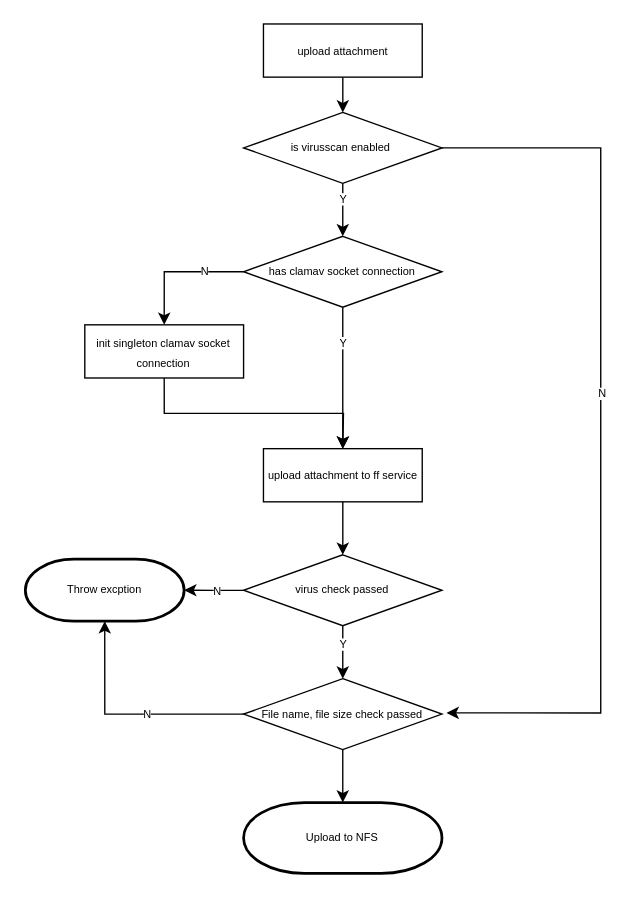
The draw.io diagram attachment-service-flowchart.drawio in huangshijie/Drawio, before the edit. Source tidied: cells renumbered, new cells numbered last; positions are measured from the earlier drawing's top-left corner, leaving out a move shared by most shapes. Both pictures are drawn from the tidied source at 137%, with x=0, y=0 at pixel (25, 23).
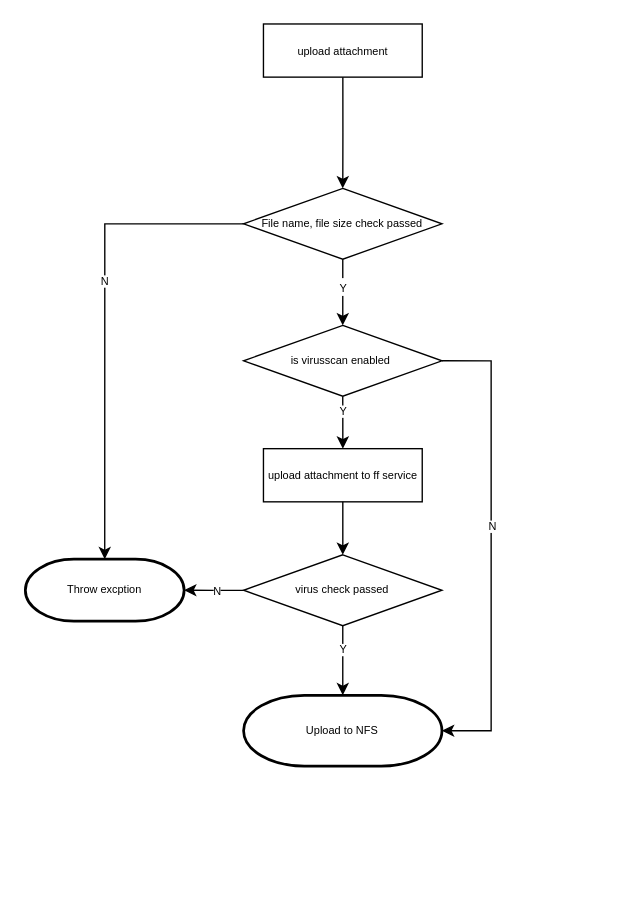
Above is the later version.

Unchanged cells that the change refers to:
```xml
<mxCell id="2" value="&lt;font style=&quot;font-size: 8px;&quot;&gt;upload attachment&lt;/font&gt;" style="rounded=0;whiteSpace=wrap;html=1;" parent="1" vertex="1">
  <mxGeometry x="173.8" width="115.9" height="38.8" as="geometry" />
</mxCell>
<mxCell id="14" value="&lt;font style=&quot;font-size: 8px;&quot;&gt;upload attachment to ff service&lt;/font&gt;" style="rounded=0;whiteSpace=wrap;html=1;" parent="1" vertex="1">
  <mxGeometry x="173.8" y="310" width="115.9" height="38.8" as="geometry" />
</mxCell>
<mxCell id="17" value="virus check passed" style="rhombus;whiteSpace=wrap;html=1;fontSize=8;" parent="1" vertex="1">
  <mxGeometry x="159.3" y="387.5" width="144.8" height="51.7" as="geometry" />
</mxCell>
<mxCell id="19" value="Throw excption" style="strokeWidth=2;html=1;shape=mxgraph.flowchart.terminator;whiteSpace=wrap;fontSize=8;" parent="1" vertex="1">
  <mxGeometry y="390.7" width="115.9" height="45.2" as="geometry" />
</mxCell>
```

The edit, as a diff of the source:
```diff
@@
-    <mxCell id="3" style="edgeStyle=orthogonalEdgeStyle;rounded=0;jettySize=auto;html=1;exitX=0.5;exitY=1;exitDx=0;exitDy=0;entryX=0.5;entryY=0;entryDx=0;entryDy=0;fontSize=8;" parent="1" edge="1" source="5">
-      <mxGeometry relative="1" as="geometry">
-        <mxPoint x="231.7" y="155" as="targetPoint" />
-      </mxGeometry>
+    <mxCell id="3" style="edgeStyle=orthogonalEdgeStyle;rounded=0;jettySize=auto;html=1;exitX=0.5;exitY=1;exitDx=0;exitDy=0;fontSize=8;entryX=0.5;entryY=0;entryDx=0;entryDy=0;" parent="1" edge="1" source="5" target="14">
+      <mxGeometry relative="1" as="geometry" />
     </mxCell>
@@
     <mxCell id="5" value="is virusscan enabled&amp;nbsp;" style="rhombus;whiteSpace=wrap;html=1;fontSize=8;" parent="1" vertex="1">
-      <mxGeometry x="159.3" y="64.6" width="144.8" height="51.7" as="geometry" />
+      <mxGeometry x="159.3" y="220" width="144.8" height="51.7" as="geometry" />
     </mxCell>
-    <mxCell id="6" style="edgeStyle=orthogonalEdgeStyle;rounded=0;jettySize=auto;html=1;exitX=0.5;exitY=1;exitDx=0;exitDy=0;fontSize=8;entryX=0.5;entryY=0;entryDx=0;entryDy=0;" parent="1" edge="1" source="2" target="5">
+    <mxCell id="6" style="edgeStyle=orthogonalEdgeStyle;rounded=0;jettySize=auto;html=1;exitX=0.5;exitY=1;exitDx=0;exitDy=0;fontSize=8;entryX=0.5;entryY=0;entryDx=0;entryDy=0;" parent="1" edge="1" source="2" target="23">
       <mxGeometry relative="1" as="geometry" />
     </mxCell>
-    <mxCell id="7" style="edgeStyle=orthogonalEdgeStyle;rounded=0;jettySize=auto;html=1;exitX=0.5;exitY=1;exitDx=0;exitDy=0;fontSize=8;" parent="1" edge="1" source="8">
-      <mxGeometry relative="1" as="geometry">
-        <mxPoint x="231.7" y="310" as="targetPoint" />
-      </mxGeometry>
-    </mxCell>
-    <mxCell id="8" value="&lt;font style=&quot;font-size: 8px;&quot;&gt;init singleton&amp;nbsp;&lt;/font&gt;&lt;span style=&quot;font-size: 8px;&quot;&gt;clamav socket connection&lt;/span&gt;" style="rounded=0;whiteSpace=wrap;html=1;" parent="1" vertex="1">
-      <mxGeometry x="43.4" y="219.6" width="115.9" height="38.8" as="geometry" />
-    </mxCell>
-    <mxCell id="9" style="edgeStyle=orthogonalEdgeStyle;rounded=0;jettySize=auto;html=1;entryX=0.5;entryY=0;entryDx=0;entryDy=0;fontSize=8;exitX=0;exitY=0.5;exitDx=0;exitDy=0;" parent="1" edge="1" source="13" target="8">
-      <mxGeometry relative="1" as="geometry" />
-    </mxCell>
-    <mxCell id="10" value="N" style="edgeLabel;html=1;align=center;verticalAlign=middle;fontSize=8;" parent="9" vertex="1">
-      <mxGeometry x="-0.4" relative="1" as="geometry" />
-    </mxCell>
-    <mxCell id="11" style="edgeStyle=orthogonalEdgeStyle;rounded=0;jettySize=auto;html=1;exitX=0.5;exitY=1;exitDx=0;exitDy=0;fontSize=8;" parent="1" edge="1" source="13">
-      <mxGeometry relative="1" as="geometry">
-        <mxPoint x="231.7" y="310" as="targetPoint" />
-      </mxGeometry>
-    </mxCell>
-    <mxCell id="12" value="Y" style="edgeLabel;html=1;align=center;verticalAlign=middle;fontSize=8;" parent="11" vertex="1">
-      <mxGeometry x="-0.49" relative="1" as="geometry" />
-    </mxCell>
-    <mxCell id="13" value="has clamav socket connection" style="rhombus;whiteSpace=wrap;html=1;fontSize=8;" parent="1" vertex="1">
-      <mxGeometry x="159.3" y="155" width="144.8" height="51.7" as="geometry" />
-    </mxCell>
@@
-    <mxCell id="15" style="edgeStyle=orthogonalEdgeStyle;rounded=0;jettySize=auto;html=1;exitX=0.5;exitY=1;exitDx=0;exitDy=0;fontSize=8;" parent="1" edge="1" source="17">
-      <mxGeometry relative="1" as="geometry">
-        <mxPoint x="231.7" y="477.9" as="targetPoint" />
-      </mxGeometry>
+    <mxCell id="15" style="edgeStyle=orthogonalEdgeStyle;rounded=0;jettySize=auto;html=1;exitX=0.5;exitY=1;exitDx=0;exitDy=0;fontSize=8;entryX=0.5;entryY=0;entryDx=0;entryDy=0;entryPerimeter=0;" parent="1" edge="1" source="17" target="26">
+      <mxGeometry relative="1" as="geometry" />
     </mxCell>
@@
-    <mxCell id="22" value="N" style="edgeStyle=orthogonalEdgeStyle;rounded=0;jettySize=auto;html=1;entryX=0.5;entryY=1;entryDx=0;entryDy=0;entryPerimeter=0;fontSize=8;" parent="1" edge="1" source="23" target="19">
+    <mxCell id="22" value="N" style="edgeStyle=orthogonalEdgeStyle;rounded=0;jettySize=auto;html=1;entryX=0.5;entryY=0;entryDx=0;entryDy=0;entryPerimeter=0;fontSize=8;" parent="1" edge="1" source="23" target="19">
       <mxGeometry x="-0.17" relative="1" as="geometry" />
     </mxCell>
     <mxCell id="23" value="File name, file size check passed" style="rhombus;whiteSpace=wrap;html=1;fontSize=8;" parent="1" vertex="1">
-      <mxGeometry x="159.3" y="477.9" width="144.8" height="51.7" as="geometry" />
+      <mxGeometry x="159.3" y="120" width="144.8" height="51.7" as="geometry" />
     </mxCell>
-    <mxCell id="24" style="edgeStyle=orthogonalEdgeStyle;rounded=0;jettySize=auto;html=1;entryX=1.023;entryY=0.483;entryDx=0;entryDy=0;fontSize=8;entryPerimeter=0;" parent="1" edge="1" source="5" target="23">
+    <mxCell id="24" style="edgeStyle=orthogonalEdgeStyle;rounded=0;jettySize=auto;html=1;fontSize=8;exitX=1;exitY=0.5;exitDx=0;exitDy=0;entryX=1;entryY=0.5;entryDx=0;entryDy=0;entryPerimeter=0;" parent="1" edge="1" source="5" target="26">
       <mxGeometry relative="1" as="geometry">
         <Array as="points">
-          <mxPoint x="420" y="90.4" />
-          <mxPoint x="420" y="502.5" />
+          <mxPoint x="340" y="246" />
+          <mxPoint x="340" y="516" />
         </Array>
       </mxGeometry>
     </mxCell>
@@
     <mxCell id="26" value="Upload to NFS" style="strokeWidth=2;html=1;shape=mxgraph.flowchart.terminator;whiteSpace=wrap;fontSize=8;" parent="1" vertex="1">
-      <mxGeometry x="159.3" y="568.3" width="144.8" height="51.7" as="geometry" />
+      <mxGeometry x="159.3" y="490" width="144.8" height="51.7" as="geometry" />
     </mxCell>
-    <mxCell id="27" style="edgeStyle=orthogonalEdgeStyle;rounded=0;jettySize=auto;html=1;exitX=0.5;exitY=1;exitDx=0;exitDy=0;entryX=0.5;entryY=0;entryDx=0;entryDy=0;entryPerimeter=0;fontSize=8;" parent="1" edge="1" source="23" target="26">
+    <mxCell id="27" style="edgeStyle=orthogonalEdgeStyle;rounded=0;jettySize=auto;html=1;exitX=0.5;exitY=1;exitDx=0;exitDy=0;fontSize=8;entryX=0.5;entryY=0;entryDx=0;entryDy=0;" parent="1" edge="1" source="23" target="5">
       <mxGeometry relative="1" as="geometry" />
     </mxCell>
+    <mxCell id="12" value="&lt;font style=&quot;font-size: 8px;&quot;&gt;Y&lt;/font&gt;" style="edgeLabel;html=1;align=center;verticalAlign=middle;" parent="27" vertex="1">
+      <mxGeometry x="-0.18" relative="1" as="geometry" />
+    </mxCell>
```
